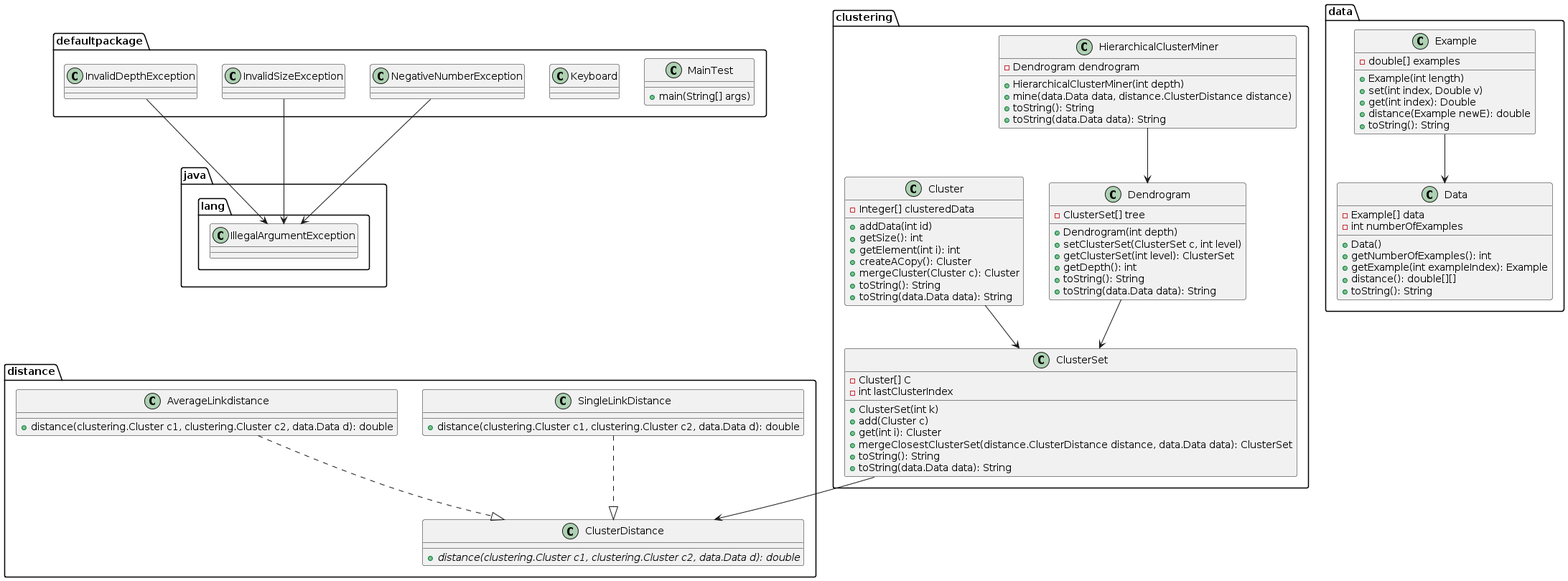
The PlantUML diagram TaskInfo/Diagramma_Uml_Lab2.png in Longo-Al/ClusteringWebFramework, before a commit.
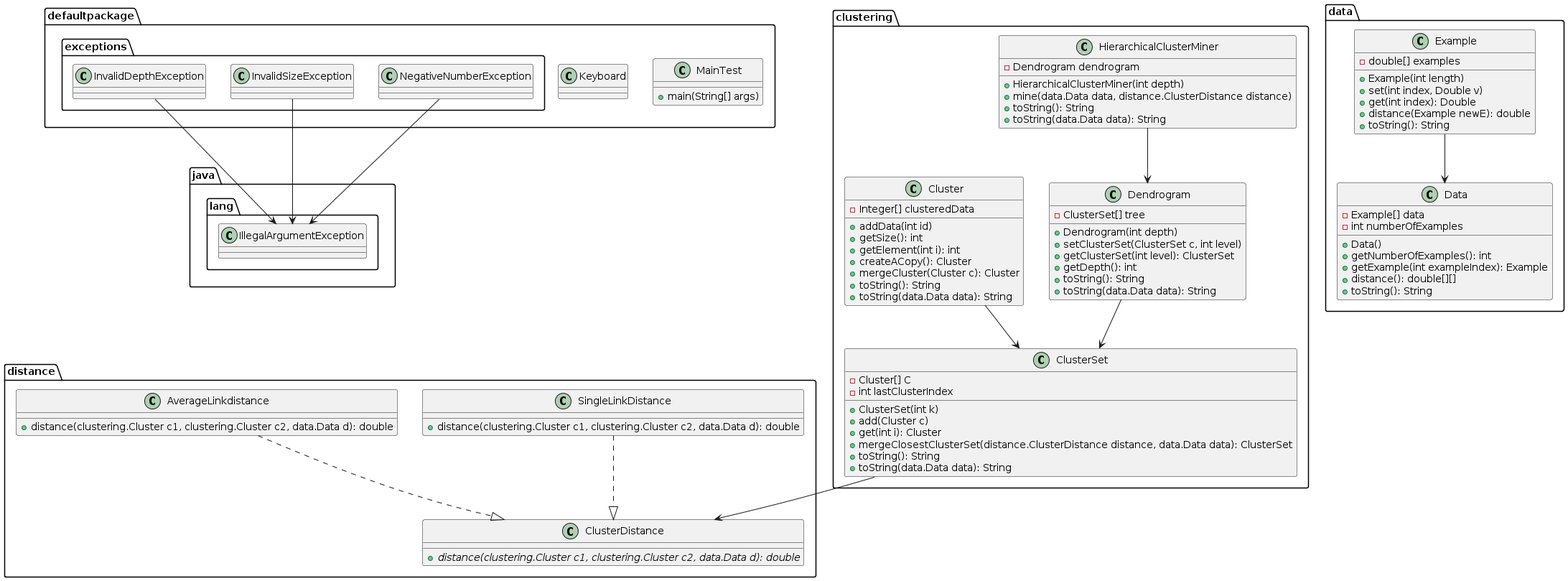
After the commit.

What changed in the source:
```diff
@@ -1,5 +1,14 @@
 @startuml
 package defaultpackage {
+    class Keyboard {
+    }
+
+    class MainTest {
+        + main(String[] args)
+    }
+}
+
+package defaultpackage.exceptions {
     class InvalidDepthException {
     }
 
@@ -7,13 +16,6 @@
     }
 
     class NegativeNumberException {
-    }
-
-    class Keyboard {
-    }
-
-    class MainTest {
-        + main(String[] args)
     }
 }
 
```
